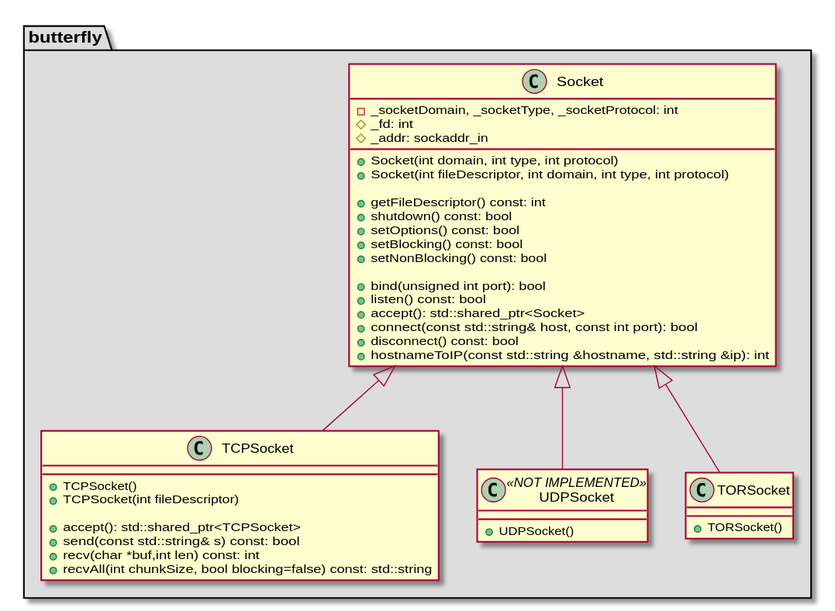
Before: architecture/class_diagrams/sockets.svg, a diagram exported from PlantUML (bierschi/butterfly).
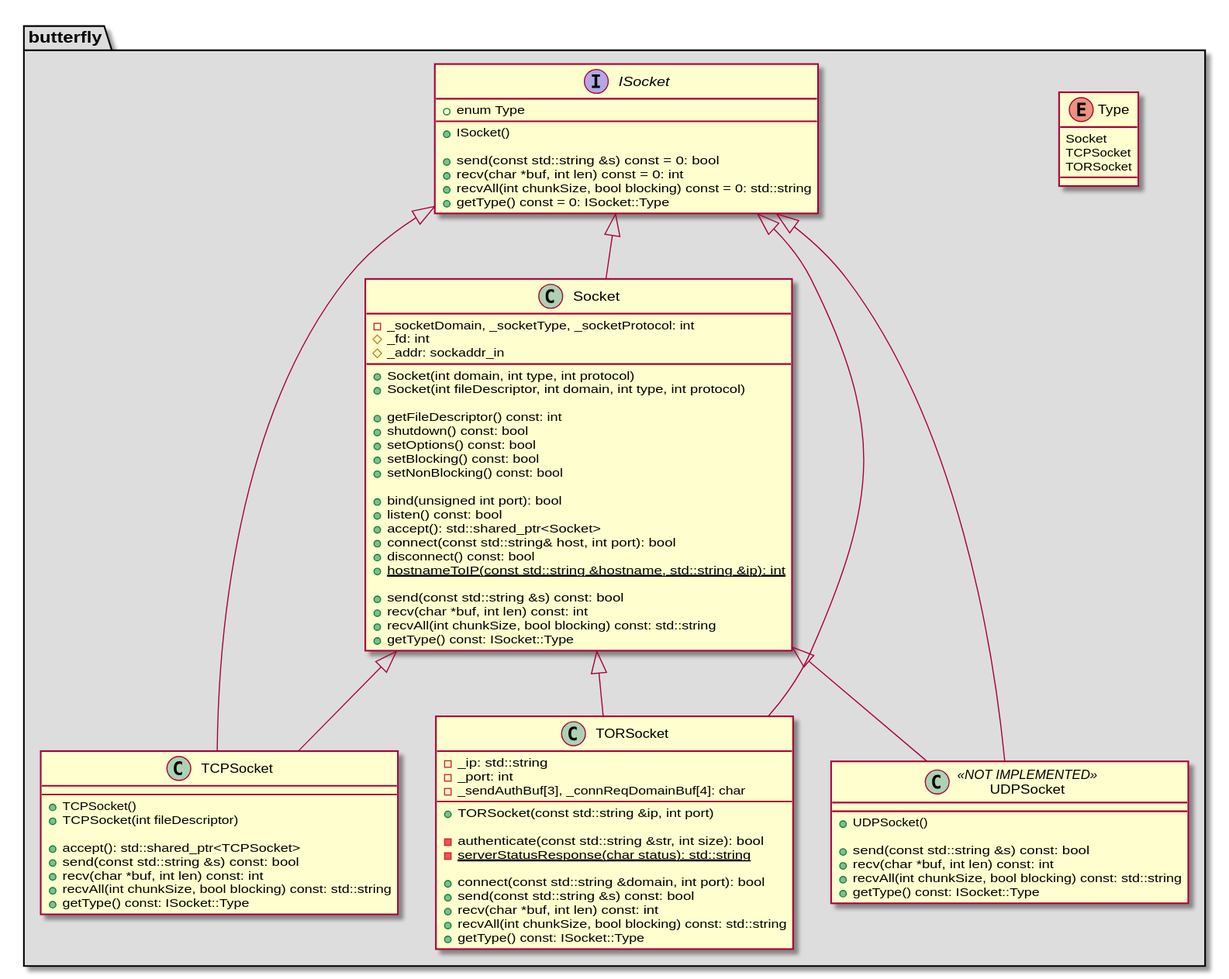
After the change.

Commit message:
Updated the class diagrams in architecture

Change to the diagram source:
```diff
@@ -2,6 +2,26 @@
 
 package butterfly #DDDDDD
 {
+
+enum Type
+{
+  Socket
+  TCPSocket
+  TORSocket
+}
+
+Interface ISocket
+{
+
+    + enum Type
+
+    + ISocket()
+
+    + send(const std::string &s) const = 0: bool
+    + recv(char *buf, int len) const = 0: int
+    + recvAll(int chunkSize, bool blocking) const = 0: std::string
+    + getType() const = 0: ISocket::Type
+}
 
 class Socket
 {
@@ -21,9 +41,14 @@
     + bind(unsigned int port): bool
     + listen() const: bool
     + accept(): std::shared_ptr<Socket>
-    + connect(const std::string& host, const int port): bool
+    + connect(const std::string& host, int port): bool
     + disconnect() const: bool
-    + hostnameToIP(const std::string &hostname, std::string &ip): int
+    + {static} hostnameToIP(const std::string &hostname, std::string &ip): int
+
+    + send(const std::string &s) const: bool
+    + recv(char *buf, int len) const: int
+    + recvAll(int chunkSize, bool blocking) const: std::string
+    + getType() const: ISocket::Type
 }
 
 class TCPSocket
@@ -33,21 +58,45 @@
     + TCPSocket(int fileDescriptor)
 
     + accept(): std::shared_ptr<TCPSocket>
-    + send(const std::string& s) const: bool
-    + recv(char *buf,int len) const: int
-    + recvAll(int chunkSize, bool blocking=false) const: std::string
+    + send(const std::string &s) const: bool
+    + recv(char *buf, int len) const: int
+    + recvAll(int chunkSize, bool blocking) const: std::string
+    + getType() const: ISocket::Type
+}
+
+class TORSocket
+{
+    - _ip: std::string
+    - _port: int
+    - _sendAuthBuf[3], _connReqDomainBuf[4]: char
+
+    + TORSocket(const std::string &ip, int port)
+
+    - authenticate(const std::string &str, int size): bool
+    - {static} serverStatusResponse(char status): std::string
+
+    + connect(const std::string &domain, int port): bool
+    + send(const std::string &s) const: bool
+    + recv(char *buf, int len) const: int
+    + recvAll(int chunkSize, bool blocking) const: std::string
+    + getType() const: ISocket::Type
 }
 
 class UDPSocket <<NOT IMPLEMENTED>>
 {
     + UDPSocket()
+
+    + send(const std::string &s) const: bool
+    + recv(char *buf, int len) const: int
+    + recvAll(int chunkSize, bool blocking) const: std::string
+    + getType() const: ISocket::Type
 }
 
-class TORSocket
-{
 
-    + TORSocket()
-}
+ISocket           <|-- Socket
+ISocket           <|-- TCPSocket
+ISocket           <|-- TORSocket
+ISocket           <|-- UDPSocket
 
 Socket            <|-- TCPSocket
 Socket            <|-- UDPSocket
```
